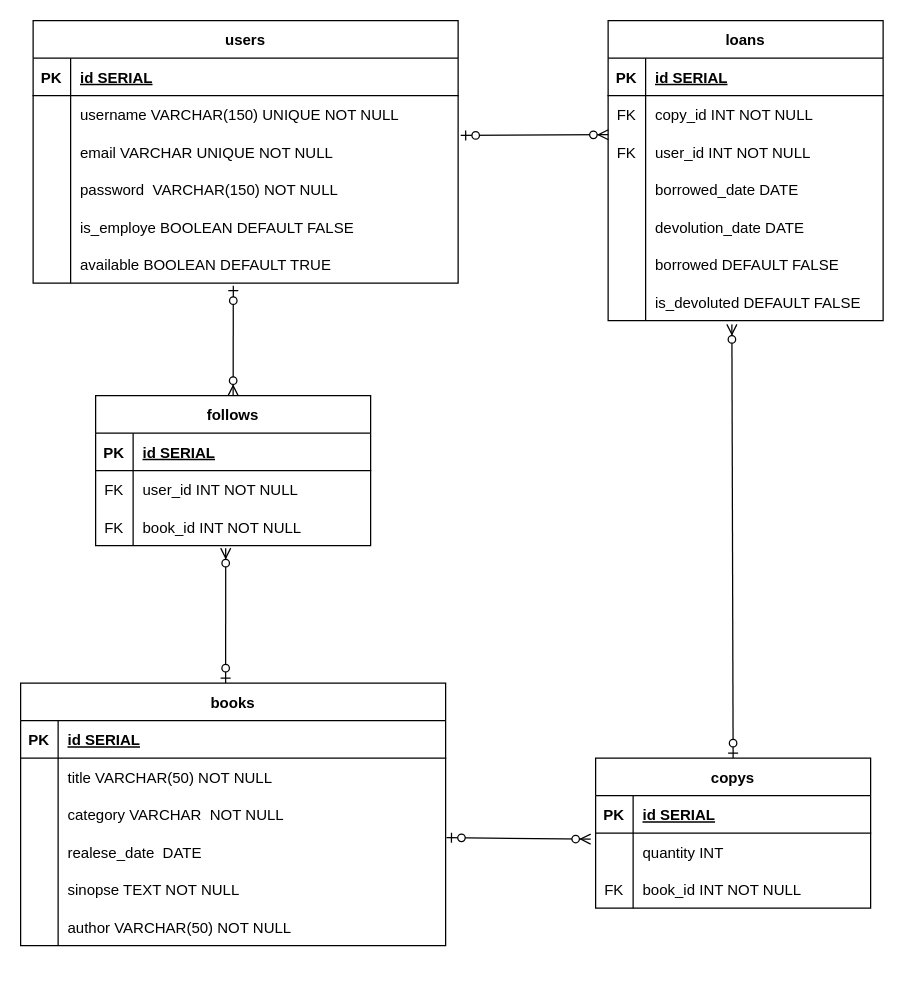
Before: DER.drawio in BiblioteKA-Grupo33/Project-Library, a draw.io diagram. Source tidied: cells renumbered, new cells numbered last; positions are measured from the earlier drawing's top-left corner, leaving out a move shared by most shapes. Both pictures are drawn from the tidied source at 125%, with x=0, y=0 at pixel (20, 20).
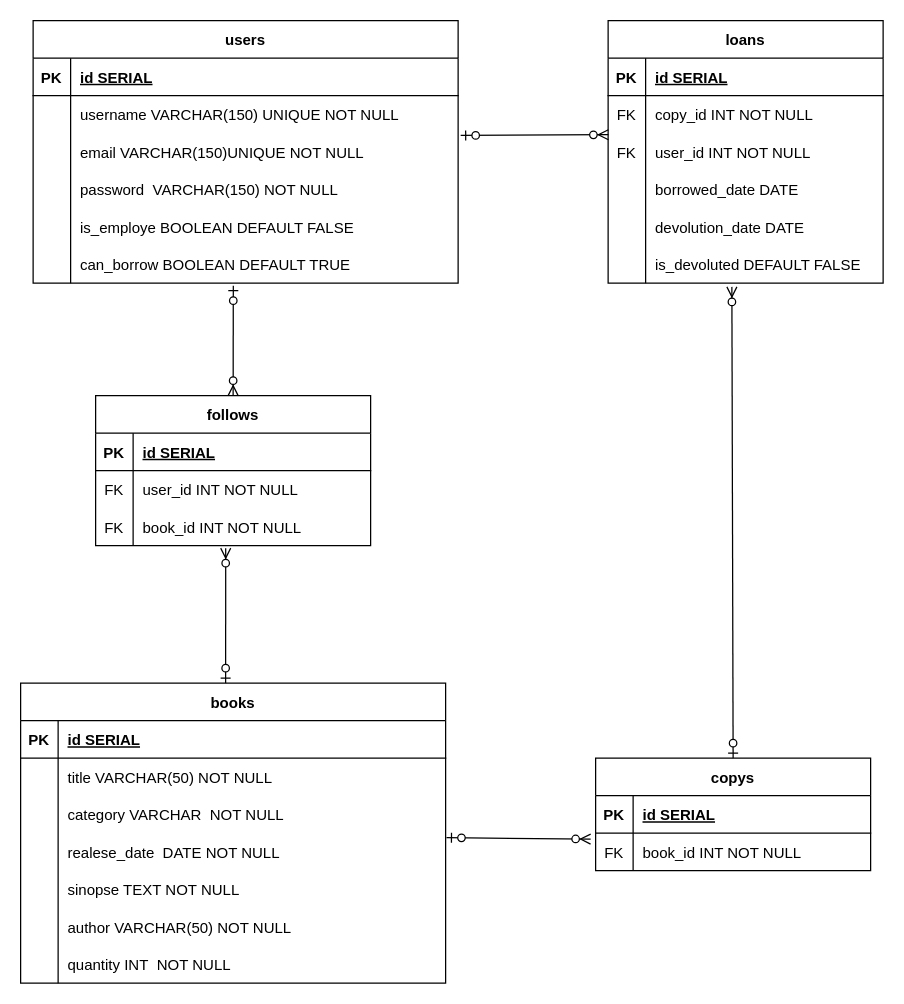
The same page after the edit.

The change refers to these unchanged cells:
```xml
<mxCell id="9" style="shape=tableRow;horizontal=0;startSize=0;swimlaneHead=0;swimlaneBody=0;fillColor=none;points=[[0,0.5],[1,0.5]];portConstraint=eastwest;top=0;left=0;right=0;bottom=0;" parent="2" vertex="1">
  <mxGeometry y="90" width="340" height="30" as="geometry" />
</mxCell>
<mxCell id="18" style="shape=tableRow;horizontal=0;startSize=0;swimlaneHead=0;swimlaneBody=0;fillColor=none;points=[[0,0.5],[1,0.5]];portConstraint=eastwest;top=0;left=0;right=0;bottom=0;" parent="2" vertex="1">
  <mxGeometry y="180" width="340" height="30" as="geometry" />
</mxCell>
<mxCell id="31" style="shape=tableRow;horizontal=0;startSize=0;swimlaneHead=0;swimlaneBody=0;fillColor=none;points=[[0,0.5],[1,0.5]];portConstraint=eastwest;top=0;left=0;right=0;bottom=0;" parent="21" vertex="1">
  <mxGeometry y="120" width="340" height="30" as="geometry" />
</mxCell>
```

Diff of the diagram source:
```diff
@@
-    <mxCell id="11" value="email VARCHAR UNIQUE NOT NULL" style="shape=partialRectangle;fillColor=none;top=0;left=0;bottom=0;right=0;align=left;spacingLeft=6;overflow=hidden;" parent="9" vertex="1">
+    <mxCell id="11" value="email VARCHAR(150)UNIQUE NOT NULL" style="shape=partialRectangle;fillColor=none;top=0;left=0;bottom=0;right=0;align=left;spacingLeft=6;overflow=hidden;" parent="9" vertex="1">
       <mxGeometry x="30" width="310" height="30" as="geometry" />
     </mxCell>
@@
-    <mxCell id="20" value="available BOOLEAN DEFAULT TRUE" style="shape=partialRectangle;fillColor=none;top=0;left=0;bottom=0;right=0;align=left;spacingLeft=6;overflow=hidden;" parent="18" vertex="1">
+    <mxCell id="20" value="can_borrow BOOLEAN DEFAULT TRUE" style="shape=partialRectangle;fillColor=none;top=0;left=0;bottom=0;right=0;align=left;spacingLeft=6;overflow=hidden;" parent="18" vertex="1">
       <mxGeometry x="30" width="310" height="30" as="geometry" />
     </mxCell>
     <mxCell id="21" value="books" style="shape=table;startSize=30;childLayout=tableLayout;rowLines=0;fontStyle=1;align=center;" parent="1" vertex="1">
-      <mxGeometry y="530" width="340" height="210" as="geometry" />
+      <mxGeometry y="530" width="340" height="240" as="geometry" />
     </mxCell>
@@
-    <mxCell id="33" value="realese_date  DATE" style="shape=partialRectangle;fillColor=none;top=0;left=0;bottom=0;right=0;align=left;spacingLeft=6;overflow=hidden;" parent="31" vertex="1">
+    <mxCell id="33" value="realese_date  DATE NOT NULL" style="shape=partialRectangle;fillColor=none;top=0;left=0;bottom=0;right=0;align=left;spacingLeft=6;overflow=hidden;" parent="31" vertex="1">
       <mxGeometry x="30" width="310" height="30" as="geometry" />
     </mxCell>
@@
+    <mxCell id="87" style="shape=tableRow;horizontal=0;startSize=0;swimlaneHead=0;swimlaneBody=0;fillColor=none;top=0;left=0;right=0;bottom=0;" parent="21" vertex="1">
+      <mxGeometry y="210" width="340" height="30" as="geometry" />
+    </mxCell>
+    <mxCell id="88" style="shape=partialRectangle;fillColor=none;top=0;left=0;bottom=0;right=0;overflow=hidden;" parent="87" vertex="1">
+      <mxGeometry width="30" height="30" as="geometry" />
+    </mxCell>
+    <mxCell id="89" value="quantity INT  NOT NULL" style="shape=partialRectangle;fillColor=none;top=0;left=0;bottom=0;right=0;align=left;spacingLeft=6;overflow=hidden;" parent="87" vertex="1">
+      <mxGeometry x="30" width="310" height="30" as="geometry" />
+    </mxCell>
     <mxCell id="40" value="copys" style="shape=table;startSize=30;childLayout=tableLayout;rowLines=0;fontStyle=1;align=center;" parent="1" vertex="1">
-      <mxGeometry x="460" y="590" width="220" height="120" as="geometry" />
+      <mxGeometry x="460" y="590" width="220" height="90" as="geometry" />
     </mxCell>
@@
-    <mxCell id="44" style="shape=tableRow;horizontal=0;startSize=0;swimlaneHead=0;swimlaneBody=0;fillColor=none;points=[[0,0.5],[1,0.5]];portConstraint=eastwest;top=0;left=0;right=0;bottom=0;" parent="40" vertex="1">
-      <mxGeometry y="60" width="220" height="30" as="geometry" />
-    </mxCell>
-    <mxCell id="45" style="shape=partialRectangle;fillColor=none;top=0;left=0;bottom=0;right=0;overflow=hidden;" parent="44" vertex="1">
-      <mxGeometry width="30" height="30" as="geometry" />
-    </mxCell>
-    <mxCell id="46" value="quantity INT" style="shape=partialRectangle;fillColor=none;top=0;left=0;bottom=0;right=0;align=left;spacingLeft=6;overflow=hidden;" parent="44" vertex="1">
-      <mxGeometry x="30" width="190" height="30" as="geometry" />
-    </mxCell>
     <mxCell id="47" style="shape=tableRow;horizontal=0;startSize=0;swimlaneHead=0;swimlaneBody=0;fillColor=none;top=0;left=0;right=0;bottom=0;" parent="40" vertex="1">
-      <mxGeometry y="90" width="220" height="30" as="geometry" />
+      <mxGeometry y="60" width="220" height="30" as="geometry" />
     </mxCell>
@@
     <mxCell id="50" value="loans" style="shape=table;startSize=30;childLayout=tableLayout;rowLines=0;fontStyle=1;align=center;" parent="1" vertex="1">
-      <mxGeometry x="470" width="220" height="240" as="geometry" />
+      <mxGeometry x="470" width="220" height="210" as="geometry" />
     </mxCell>
@@
-    <mxCell id="66" style="shape=tableRow;horizontal=0;startSize=0;swimlaneHead=0;swimlaneBody=0;fillColor=none;top=0;left=0;right=0;bottom=0;" parent="50" vertex="1">
-      <mxGeometry y="180" width="220" height="30" as="geometry" />
-    </mxCell>
-    <mxCell id="67" style="shape=partialRectangle;fillColor=none;top=0;left=0;bottom=0;right=0;overflow=hidden;" parent="66" vertex="1">
-      <mxGeometry width="30" height="30" as="geometry" />
-    </mxCell>
-    <mxCell id="68" value="borrowed DEFAULT FALSE" style="shape=partialRectangle;fillColor=none;top=0;left=0;bottom=0;right=0;align=left;spacingLeft=6;overflow=hidden;" parent="66" vertex="1">
-      <mxGeometry x="30" width="190" height="30" as="geometry" />
-    </mxCell>
     <mxCell id="69" style="shape=tableRow;horizontal=0;startSize=0;swimlaneHead=0;swimlaneBody=0;fillColor=none;points=[[0,0.5],[1,0.5]];portConstraint=eastwest;top=0;left=0;right=0;bottom=0;" parent="50" vertex="1">
-      <mxGeometry y="210" width="220" height="30" as="geometry" />
+      <mxGeometry y="180" width="220" height="30" as="geometry" />
     </mxCell>
@@
-    <mxCell id="84" style="fontSize=12;html=1;endArrow=ERzeroToMany;startArrow=ERzeroToOne;exitX=1.002;exitY=0.122;exitDx=0;exitDy=0;exitPerimeter=0;entryX=-0.018;entryY=0.161;entryDx=0;entryDy=0;entryPerimeter=0;" parent="1" edge="1" source="31" target="44">
-      <mxGeometry relative="1" as="geometry" />
+    <mxCell id="84" style="fontSize=12;html=1;endArrow=ERzeroToMany;startArrow=ERzeroToOne;exitX=1.002;exitY=0.122;exitDx=0;exitDy=0;exitPerimeter=0;entryX=-0.018;entryY=0.161;entryDx=0;entryDy=0;entryPerimeter=0;" parent="1" edge="1" source="31">
+      <mxGeometry relative="1" as="geometry">
+        <mxPoint x="456" y="654.8" as="targetPoint" />
+      </mxGeometry>
     </mxCell>
```
